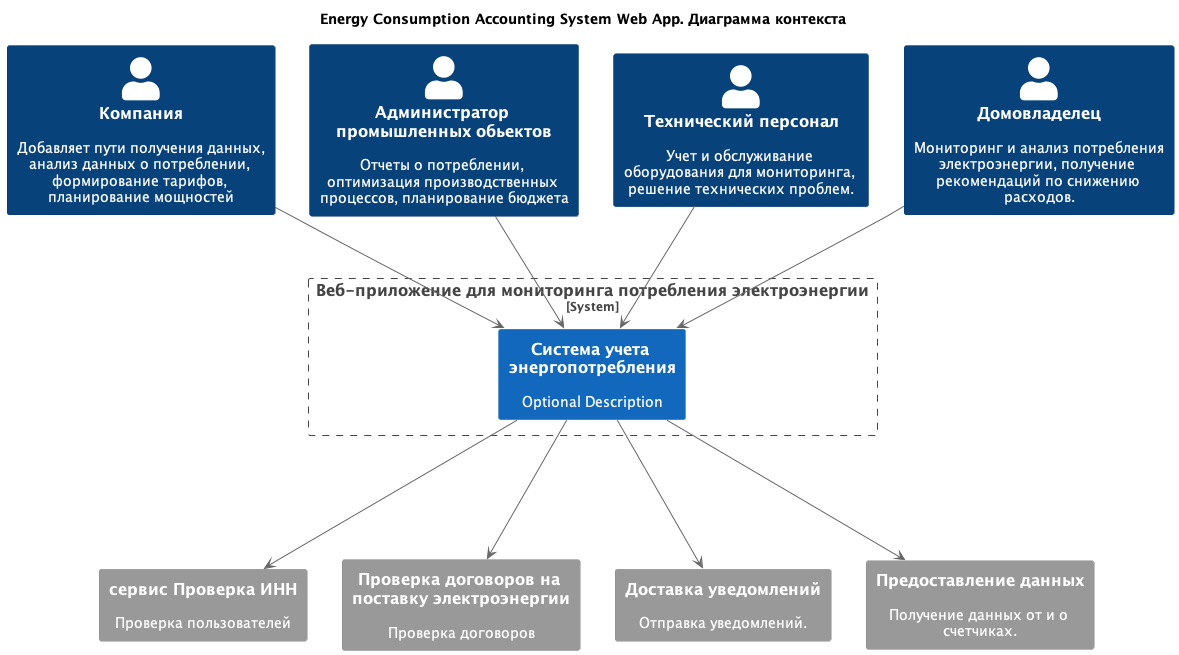
Above: out/2. Технический проект/C4/context/Energy Consumption Accounting System Web App. Диаграмма контекста.png in Grishw/PPO (PlantUML), before the change. Source of this version:
```plantuml
@startuml Energy Consumption Accounting System Web App. Диаграмма контекста

!include https://raw.githubusercontent.com/plantuml-stdlib/C4-PlantUML/master/C4_Context.puml
!define ICONURL https://raw.githubusercontent.com/tupadr3/plantuml-icon-font-sprites/v2.4.0
!includeurl ICONURL/common.puml

skinparam wrapWidth 250
skinparam wrapMessageWidth 200

title "Energy Consumption Accounting System Web App. Диаграмма контекста"

Person(compUser, "Компания", "Добавляет пути получения данных, анализ данных о потреблении, формирование тарифов, планирование мощностей")
Person(adminUser, "Администратор промышленных обьектов", "Отчеты о потреблении, оптимизация производственных процессов, планирование бюджета")
Person(techUser, "Технический персонал", "Учет и обслуживание оборудования для мониторинга, решение технических проблем.")
Person(ownerUser, "Домовладелец", "Мониторинг и анализ потребления электроэнергии, получение рекомендаций по снижению расходов.")

System_Boundary(systemRecipe, "Веб-приложение для мониторинга потребления электроэнергии") {
System(mySystem, "Система учета энергопотребления", "Optional Description")
    compUser --> mySystem: ""
    adminUser --> mySystem: ""
    techUser --> mySystem: ""
    ownerUser --> mySystem: ""

}

System_Ext(extUserCheck, "сервис Проверка ИНН", "Проверка пользователей")
System_Ext(extPactCheck, "Проверка договоров на поставку электроэнергии", "Проверка договоров")
System_Ext(extEmail, "Доставка уведомлений",  "Отправка уведомлений.")
System_Ext(extData, "Предоставление данных", "Получение данных от и о счетчиках.")
    mySystem ---> extUserCheck : ""
    mySystem ---> extPactCheck : ""
    mySystem ---> extEmail : ""
    mySystem ---> extData : ""
@enduml
```
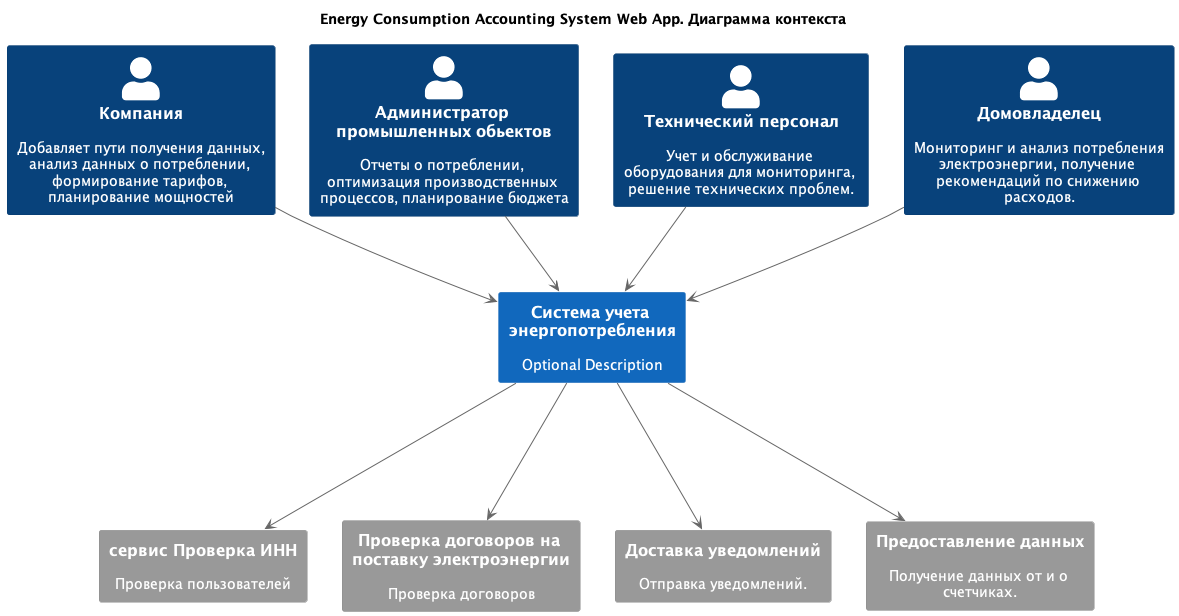
The same diagram one commit later.

Diff of the diagram source:
```diff
@@ -14,14 +14,11 @@
 Person(techUser, "Технический персонал", "Учет и обслуживание оборудования для мониторинга, решение технических проблем.")
 Person(ownerUser, "Домовладелец", "Мониторинг и анализ потребления электроэнергии, получение рекомендаций по снижению расходов.")
 
-System_Boundary(systemRecipe, "Веб-приложение для мониторинга потребления электроэнергии") {
 System(mySystem, "Система учета энергопотребления", "Optional Description")
     compUser --> mySystem: ""
     adminUser --> mySystem: ""
     techUser --> mySystem: ""
     ownerUser --> mySystem: ""
-
-}
 
 System_Ext(extUserCheck, "сервис Проверка ИНН", "Проверка пользователей")
 System_Ext(extPactCheck, "Проверка договоров на поставку электроэнергии", "Проверка договоров")
```
